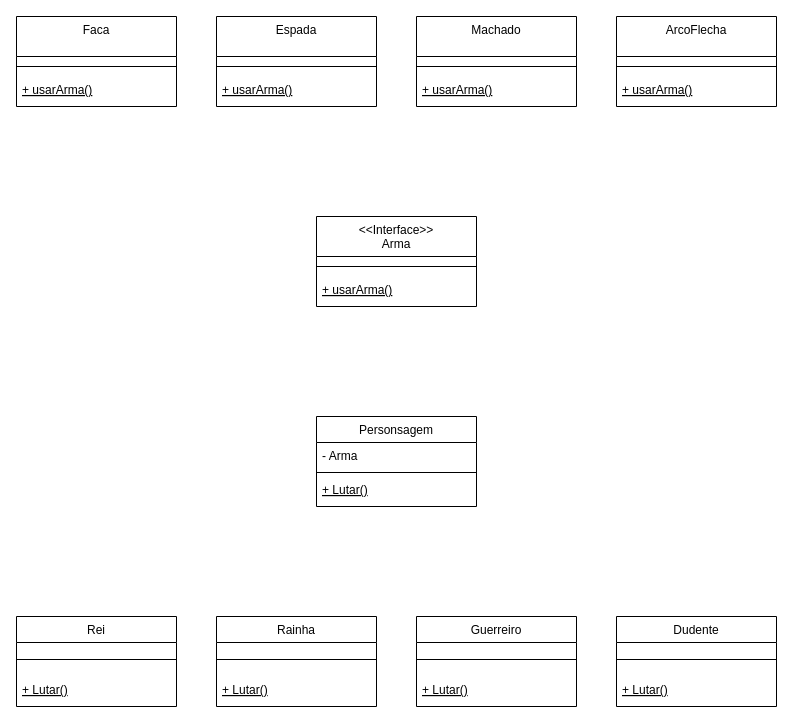
Earlier version of the draw.io diagram Aula7/Diagrama_Aula7.drawio (GustavoLeck/poo2). Source tidied: cells renumbered, new cells numbered last; positions are measured from the earlier drawing's top-left corner, leaving out a move shared by most shapes. Both pictures are drawn from the tidied source at 100%, with x=0, y=0 at pixel (16, 16).
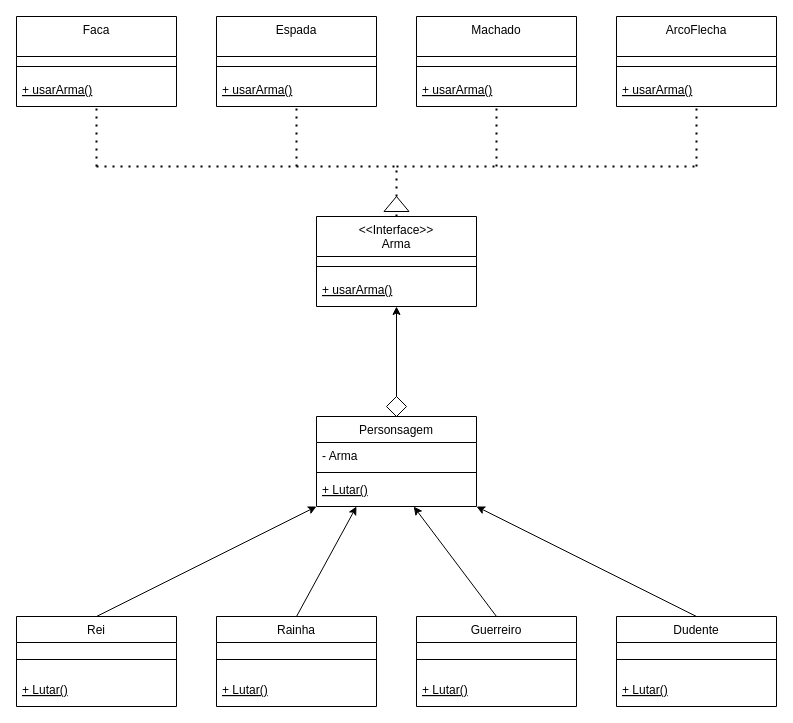
Above is the later version.

Commit message:
fest(Finaliza diagrama)

Unchanged cells that the change refers to:
```xml
<mxCell id="2" value="Personsagem&#10;" style="swimlane;fontStyle=0;align=center;verticalAlign=top;horizontal=1;startSize=26;rounded=0;shadow=0;strokeWidth=1;" parent="1" vertex="1">
  <mxGeometry x="300" y="400" width="160" height="90" as="geometry" />
</mxCell>
<mxCell id="5" value="+ Lutar()" style="text;align=left;verticalAlign=top;spacingLeft=4;spacingRight=4;overflow=hidden;points=[[0,0.5],[1,0.5]];portConstraint=eastwest;fontStyle=4;" parent="2" vertex="1">
  <mxGeometry y="60" width="160" height="26" as="geometry" />
</mxCell>
<mxCell id="6" value="&lt;&lt;Interface&gt;&gt;&#10;Arma" style="swimlane;fontStyle=0;align=center;verticalAlign=top;horizontal=1;startSize=40;rounded=0;shadow=0;strokeWidth=1;" parent="1" vertex="1">
  <mxGeometry x="300" y="200" width="160" height="90" as="geometry" />
</mxCell>
<mxCell id="9" value="Faca" style="swimlane;fontStyle=0;align=center;verticalAlign=top;horizontal=1;startSize=40;rounded=0;shadow=0;strokeWidth=1;" parent="1" vertex="1">
  <mxGeometry width="160" height="90" as="geometry" />
</mxCell>
<mxCell id="12" value="Espada" style="swimlane;fontStyle=0;align=center;verticalAlign=top;horizontal=1;startSize=40;rounded=0;shadow=0;strokeWidth=1;" parent="1" vertex="1">
  <mxGeometry x="200" width="160" height="90" as="geometry" />
</mxCell>
<mxCell id="18" value="ArcoFlecha" style="swimlane;fontStyle=0;align=center;verticalAlign=top;horizontal=1;startSize=40;rounded=0;shadow=0;strokeWidth=1;" parent="1" vertex="1">
  <mxGeometry x="600" width="160" height="90" as="geometry" />
</mxCell>
```

Diff of the diagram source:
```diff
@@
+    <mxCell id="33" style="endArrow=none;dashed=1;html=1;dashPattern=1 3;strokeWidth=2;rounded=0;exitX=1;exitY=0.5;exitDx=0;exitDy=0;" parent="1" edge="1" source="41">
+      <mxGeometry relative="1" as="geometry">
+        <mxPoint x="380" y="149.3" as="targetPoint" />
+      </mxGeometry>
+    </mxCell>
+    <mxCell id="34" style="endArrow=none;dashed=1;html=1;dashPattern=1 3;strokeWidth=2;rounded=0;" parent="1" edge="1">
+      <mxGeometry relative="1" as="geometry">
+        <mxPoint x="380" y="150" as="sourcePoint" />
+        <mxPoint x="680" y="150" as="targetPoint" />
+      </mxGeometry>
+    </mxCell>
+    <mxCell id="35" style="endArrow=none;dashed=1;html=1;dashPattern=1 3;strokeWidth=2;rounded=0;entryX=0.5;entryY=1;entryDx=0;entryDy=0;" parent="1" edge="1" target="18">
+      <mxGeometry relative="1" as="geometry">
+        <mxPoint x="680" y="150" as="sourcePoint" />
+      </mxGeometry>
+    </mxCell>
+    <mxCell id="36" style="endArrow=none;dashed=1;html=1;dashPattern=1 3;strokeWidth=2;rounded=0;" parent="1" edge="1">
+      <mxGeometry relative="1" as="geometry">
+        <mxPoint x="480" y="150" as="sourcePoint" />
+        <mxPoint x="480" y="90" as="targetPoint" />
+      </mxGeometry>
+    </mxCell>
+    <mxCell id="37" style="endArrow=none;dashed=1;html=1;dashPattern=1 3;strokeWidth=2;rounded=0;" parent="1" edge="1">
+      <mxGeometry relative="1" as="geometry">
+        <mxPoint x="80" y="150" as="sourcePoint" />
+        <mxPoint x="380" y="150" as="targetPoint" />
+      </mxGeometry>
+    </mxCell>
+    <mxCell id="38" style="endArrow=none;dashed=1;html=1;dashPattern=1 3;strokeWidth=2;rounded=0;entryX=0.5;entryY=1;entryDx=0;entryDy=0;" parent="1" edge="1" target="9">
+      <mxGeometry relative="1" as="geometry">
+        <mxPoint x="80" y="150" as="sourcePoint" />
+      </mxGeometry>
+    </mxCell>
+    <mxCell id="39" style="endArrow=none;dashed=1;html=1;dashPattern=1 3;strokeWidth=2;rounded=0;entryX=0.5;entryY=1;entryDx=0;entryDy=0;" parent="1" edge="1" target="12">
+      <mxGeometry relative="1" as="geometry">
+        <mxPoint x="280" y="150" as="sourcePoint" />
+      </mxGeometry>
+    </mxCell>
+    <mxCell id="40" style="endArrow=none;dashed=1;html=1;dashPattern=1 3;strokeWidth=2;rounded=0;exitX=0.5;exitY=0;exitDx=0;exitDy=0;" parent="1" edge="1" source="6" target="41">
+      <mxGeometry relative="1" as="geometry" />
+    </mxCell>
+    <mxCell id="41" style="triangle;whiteSpace=wrap;html=1;rotation=-90;" parent="1" vertex="1">
+      <mxGeometry x="372.5" y="175" width="15" height="25" as="geometry" />
+    </mxCell>
+    <mxCell id="42" style="endArrow=classic;html=1;rounded=0;entryX=0.5;entryY=1;entryDx=0;entryDy=0;" parent="1" edge="1" source="43" target="6">
+      <mxGeometry relative="1" as="geometry" />
+    </mxCell>
+    <mxCell id="43" style="rhombus;whiteSpace=wrap;html=1;" parent="1" vertex="1">
+      <mxGeometry x="370" y="380" width="20" height="20" as="geometry" />
+    </mxCell>
+    <mxCell id="44" style="endArrow=classic;html=1;rounded=0;entryX=0;entryY=1;entryDx=0;entryDy=0;" parent="1" edge="1" target="2">
+      <mxGeometry relative="1" as="geometry">
+        <mxPoint x="80" y="600" as="sourcePoint" />
+      </mxGeometry>
+    </mxCell>
+    <mxCell id="45" style="endArrow=classic;html=1;rounded=0;entryX=0.25;entryY=1;entryDx=0;entryDy=0;" parent="1" edge="1" target="2">
+      <mxGeometry relative="1" as="geometry">
+        <mxPoint x="280" y="600" as="sourcePoint" />
+      </mxGeometry>
+    </mxCell>
+    <mxCell id="46" style="endArrow=classic;html=1;rounded=0;entryX=0.608;entryY=1.158;entryDx=0;entryDy=0;entryPerimeter=0;" parent="1" edge="1" target="5">
+      <mxGeometry relative="1" as="geometry">
+        <mxPoint x="480" y="600" as="sourcePoint" />
+      </mxGeometry>
+    </mxCell>
+    <mxCell id="47" style="endArrow=classic;html=1;rounded=0;" parent="1" edge="1">
+      <mxGeometry relative="1" as="geometry">
+        <mxPoint x="680" y="600" as="sourcePoint" />
+        <mxPoint x="460" y="490" as="targetPoint" />
+      </mxGeometry>
+    </mxCell>
```
